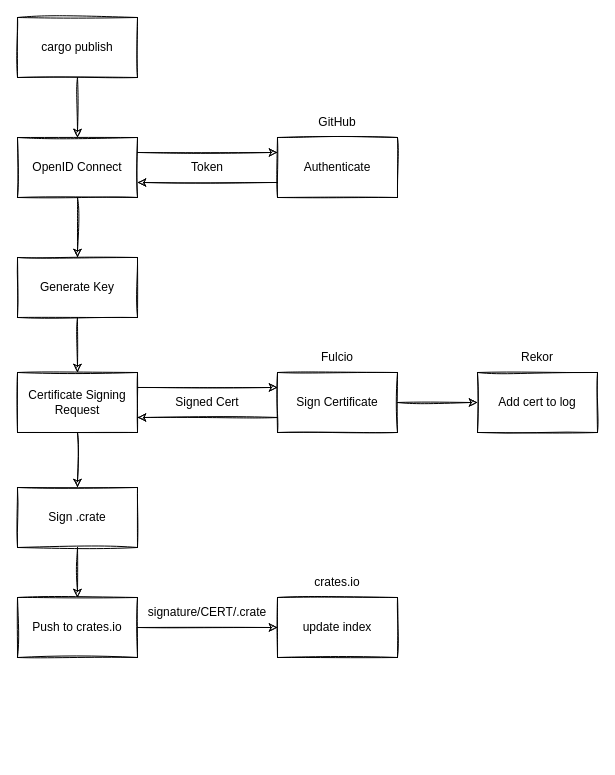
lulf/rfc-resources keeps this draw.io diagram as page "publish" (1 of 4) of sigstore/cargo_sigstore.drawio. Above is the earlier version. Source tidied: cells renumbered, new cells numbered last; positions are measured from the earlier drawing's top-left corner, leaving out a move shared by most shapes. Both pictures are drawn from the tidied source at 100%, with x=0, y=0 at pixel (17, 17).
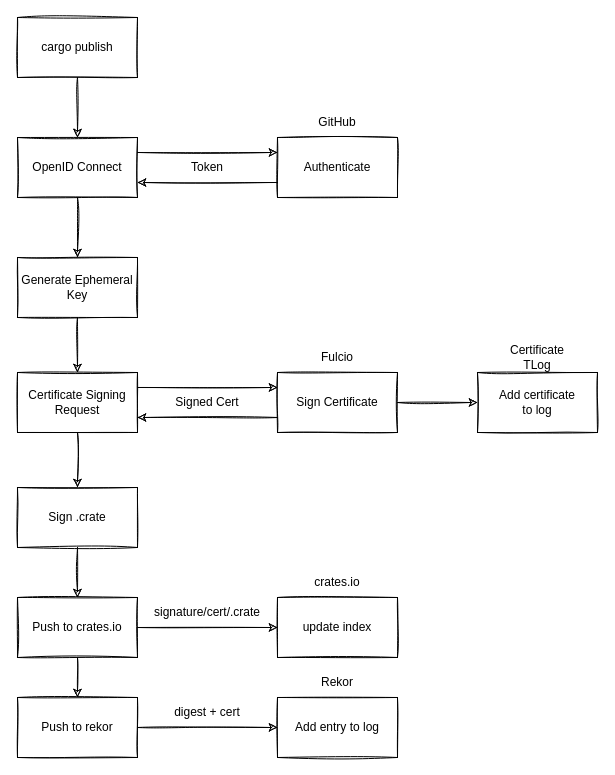
After the change.

Unchanged cells that the change refers to:
```xml
<mxCell id="13" value="Push to crates.io" style="rounded=0;whiteSpace=wrap;html=1;sketch=1;" parent="1" vertex="1">
  <mxGeometry y="580" width="120" height="60" as="geometry" />
</mxCell>
```

The edit, as a diff of the source:
```diff
@@
-    <mxCell id="6" value="Add cert to log" style="rounded=0;whiteSpace=wrap;html=1;sketch=1;" parent="1" vertex="1">
+    <mxCell id="6" value="Add certificate &lt;br&gt;to log" style="rounded=0;whiteSpace=wrap;html=1;sketch=1;" parent="1" vertex="1">
       <mxGeometry x="460" y="355" width="120" height="60" as="geometry" />
     </mxCell>
@@
-    <mxCell id="19" value="Generate Key" style="rounded=0;whiteSpace=wrap;html=1;sketch=1;" parent="1" vertex="1">
+    <mxCell id="19" value="Generate Ephemeral Key" style="rounded=0;whiteSpace=wrap;html=1;sketch=1;" parent="1" vertex="1">
       <mxGeometry y="240" width="120" height="60" as="geometry" />
     </mxCell>
@@
-    <mxCell id="26" value="signature/CERT/.crate" style="text;html=1;strokeColor=none;fillColor=none;align=center;verticalAlign=middle;whiteSpace=wrap;rounded=0;sketch=1;" parent="1" vertex="1">
+    <mxCell id="26" value="signature/cert/.crate" style="text;html=1;strokeColor=none;fillColor=none;align=center;verticalAlign=middle;whiteSpace=wrap;rounded=0;sketch=1;" parent="1" vertex="1">
       <mxGeometry x="150" y="580" width="80" height="30" as="geometry" />
     </mxCell>
@@
-    <mxCell id="28" value="Rekor" style="text;html=1;strokeColor=none;fillColor=none;align=center;verticalAlign=middle;whiteSpace=wrap;rounded=0;sketch=1;" parent="1" vertex="1">
+    <mxCell id="28" value="Certificate TLog" style="text;html=1;strokeColor=none;fillColor=none;align=center;verticalAlign=middle;whiteSpace=wrap;rounded=0;sketch=1;" parent="1" vertex="1">
       <mxGeometry x="490" y="325" width="60" height="30" as="geometry" />
     </mxCell>
@@
+    <mxCell id="30" value="Push to rekor" style="rounded=0;whiteSpace=wrap;html=1;sketch=1;" parent="1" vertex="1">
+      <mxGeometry y="680" width="120" height="60" as="geometry" />
+    </mxCell>
+    <mxCell id="31" style="endArrow=classic;html=1;rounded=0;sketch=1;" parent="1" edge="1" source="13" target="30">
+      <mxGeometry relative="1" as="geometry" />
+    </mxCell>
+    <mxCell id="32" value="Add entry to log" style="rounded=0;whiteSpace=wrap;html=1;sketch=1;" parent="1" vertex="1">
+      <mxGeometry x="260" y="680" width="120" height="60" as="geometry" />
+    </mxCell>
+    <mxCell id="33" value="Rekor" style="text;html=1;strokeColor=none;fillColor=none;align=center;verticalAlign=middle;whiteSpace=wrap;rounded=0;sketch=1;" parent="1" vertex="1">
+      <mxGeometry x="290" y="650" width="60" height="30" as="geometry" />
+    </mxCell>
+    <mxCell id="34" value="digest + cert" style="text;html=1;strokeColor=none;fillColor=none;align=center;verticalAlign=middle;whiteSpace=wrap;rounded=0;sketch=1;" parent="1" vertex="1">
+      <mxGeometry x="150" y="680" width="80" height="30" as="geometry" />
+    </mxCell>
+    <mxCell id="35" style="endArrow=classic;html=1;rounded=0;sketch=1;" parent="1" edge="1">
+      <mxGeometry relative="1" as="geometry">
+        <mxPoint x="120" y="710" as="sourcePoint" />
+        <mxPoint x="260" y="710" as="targetPoint" />
+      </mxGeometry>
+    </mxCell>
```
